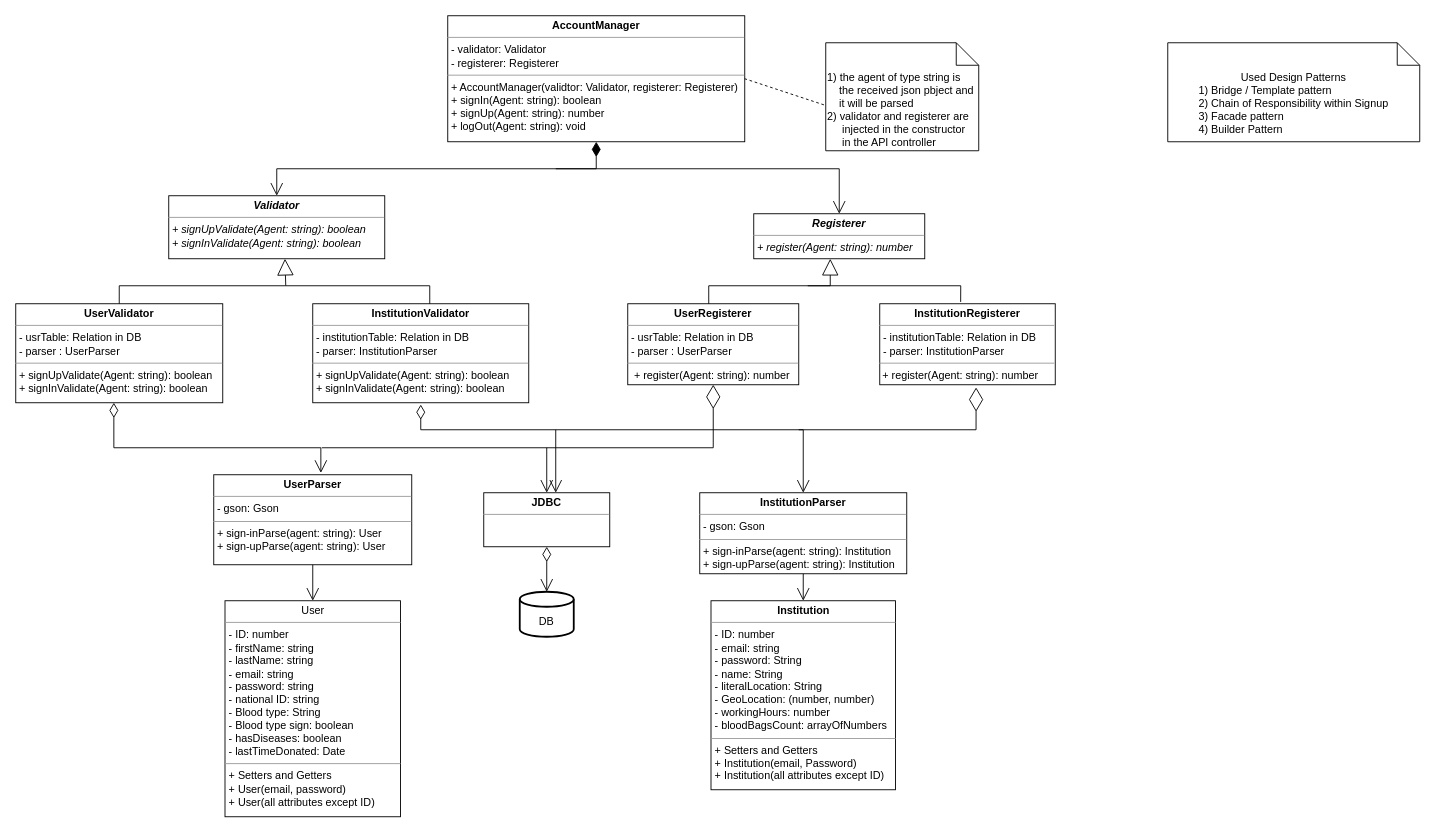
Earlier version of the draw.io diagram page "Class Diagram" (1 of 3) of AccountManager.drawio (muhmagdy/Bloodify). Source tidied: cells renumbered, new cells numbered last; positions are measured from the earlier drawing's top-left corner, leaving out a move shared by most shapes. Both pictures are drawn from the tidied source at 90%, with x=0, y=0 at pixel (15, 15).
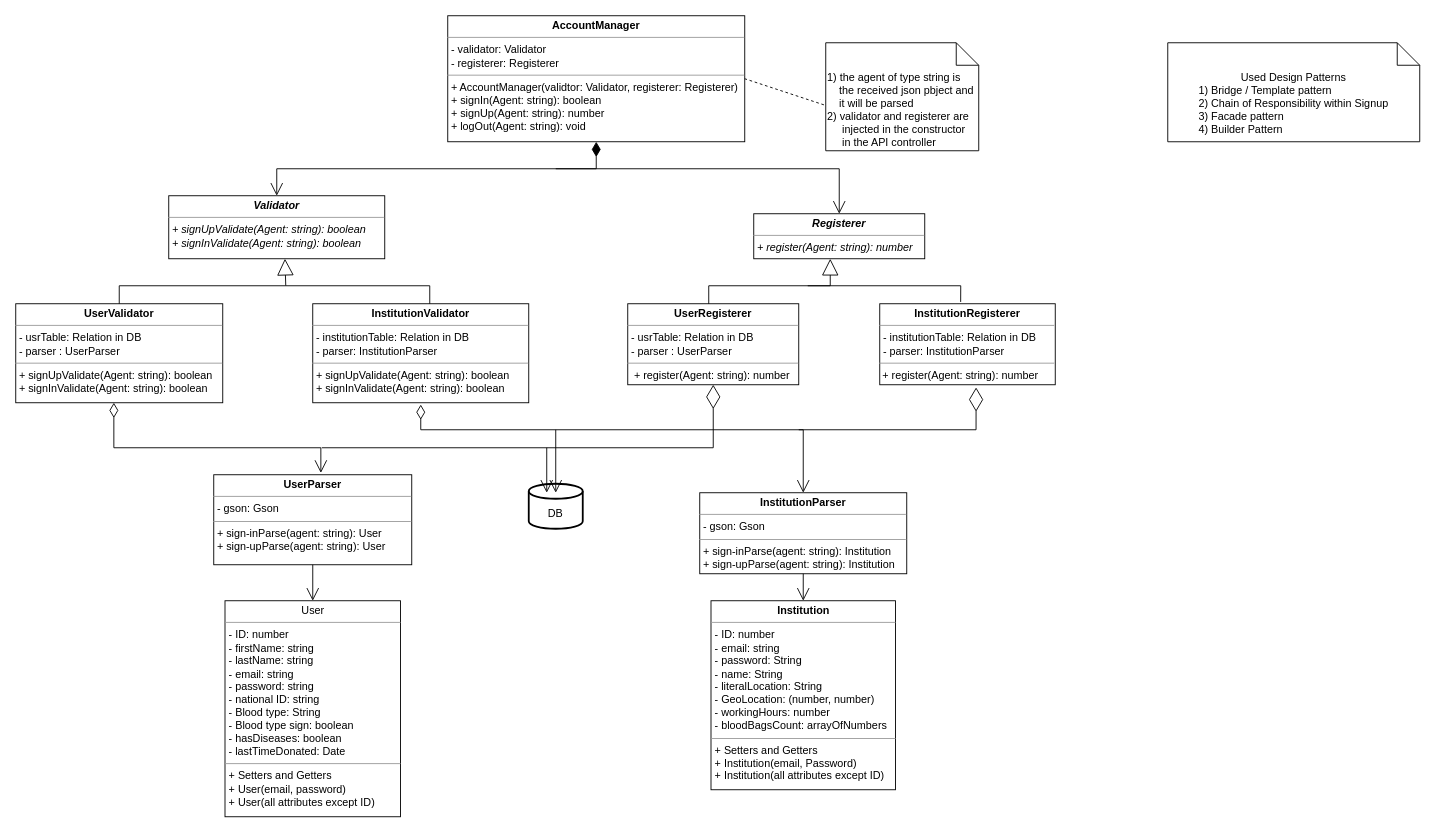
After the change.

Commit message:
account manager modifier

Diff of the diagram source:
```diff
@@
     <mxCell id="20" value="&lt;br&gt;DB" style="strokeWidth=2;html=1;shape=mxgraph.flowchart.database;whiteSpace=wrap;" parent="1" vertex="1">
-      <mxGeometry x="560" y="640" width="60" height="50" as="geometry" />
+      <mxGeometry x="570" y="520" width="60" height="50" as="geometry" />
     </mxCell>
@@
-    <mxCell id="28" value="&lt;p style=&quot;margin:0px;margin-top:4px;text-align:center;&quot;&gt;&lt;b&gt;JDBC&lt;/b&gt;&lt;/p&gt;&lt;hr size=&quot;1&quot;&gt;&lt;div style=&quot;height:2px;&quot;&gt;&lt;/div&gt;" style="verticalAlign=top;align=left;overflow=fill;fontSize=12;fontFamily=Helvetica;html=1;" parent="1" vertex="1">
-      <mxGeometry x="520" y="530" width="140" height="60" as="geometry" />
-    </mxCell>
-    <mxCell id="29" style="endArrow=open;endFill=1;endSize=12;html=1;rounded=0;entryX=0.5;entryY=0;entryDx=0;entryDy=0;" parent="1" edge="1" target="28">
+    <mxCell id="29" style="endArrow=open;endFill=1;endSize=12;html=1;rounded=0;entryX=0.5;entryY=0;entryDx=0;entryDy=0;" parent="1" edge="1">
       <mxGeometry relative="1" as="geometry">
         <mxPoint x="590" y="480" as="sourcePoint" />
+        <mxPoint x="590" y="530" as="targetPoint" />
       </mxGeometry>
     </mxCell>
@@
-    <mxCell id="31" style="endArrow=open;html=1;endSize=12;startArrow=diamondThin;startSize=14;startFill=0;edgeStyle=orthogonalEdgeStyle;align=left;verticalAlign=bottom;rounded=0;exitX=0.5;exitY=1;exitDx=0;exitDy=0;entryX=0.5;entryY=0;entryDx=0;entryDy=0;entryPerimeter=0;" parent="1" edge="1" source="28" target="20">
-      <mxGeometry x="1" y="177" relative="1" as="geometry">
-        <mxPoint x="-57" y="130" as="offset" />
-      </mxGeometry>
-    </mxCell>
```
